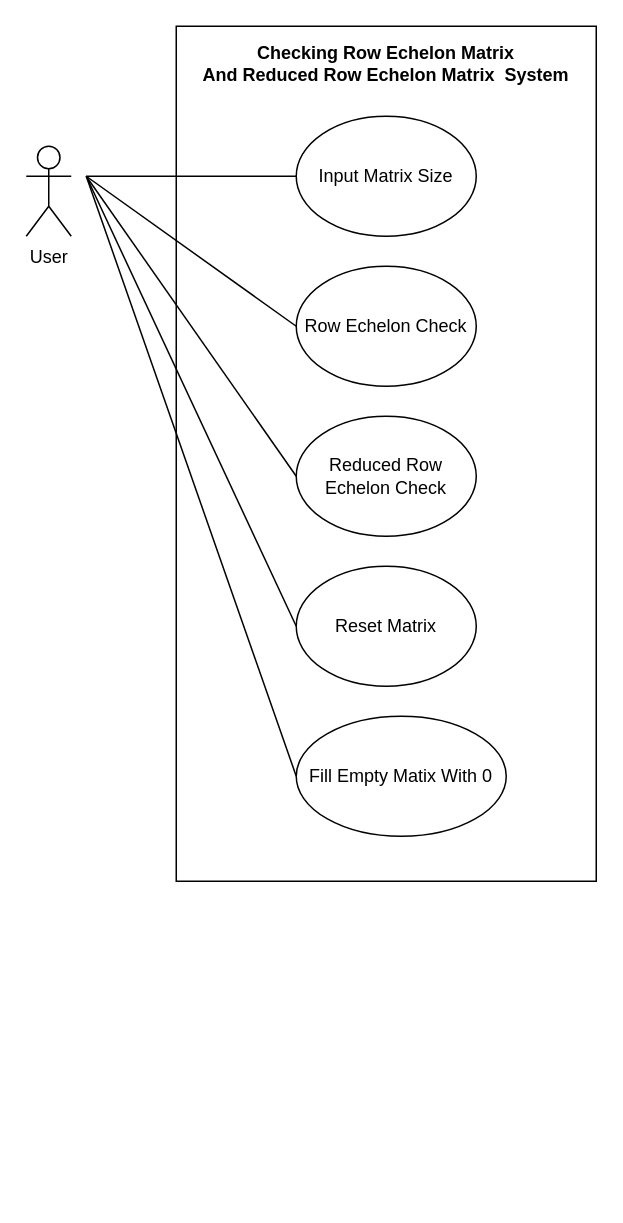
This is final/diagram/matrix_use_case.drawio from lsealedl/Row_Echelon_Matrix, a draw.io file, before an edit. Source tidied: cells renumbered, new cells numbered last; positions are measured from the earlier drawing's top-left corner, leaving out a move shared by most shapes. Both pictures are drawn from the tidied source at 150%, with x=0, y=0 at pixel (26, 26).
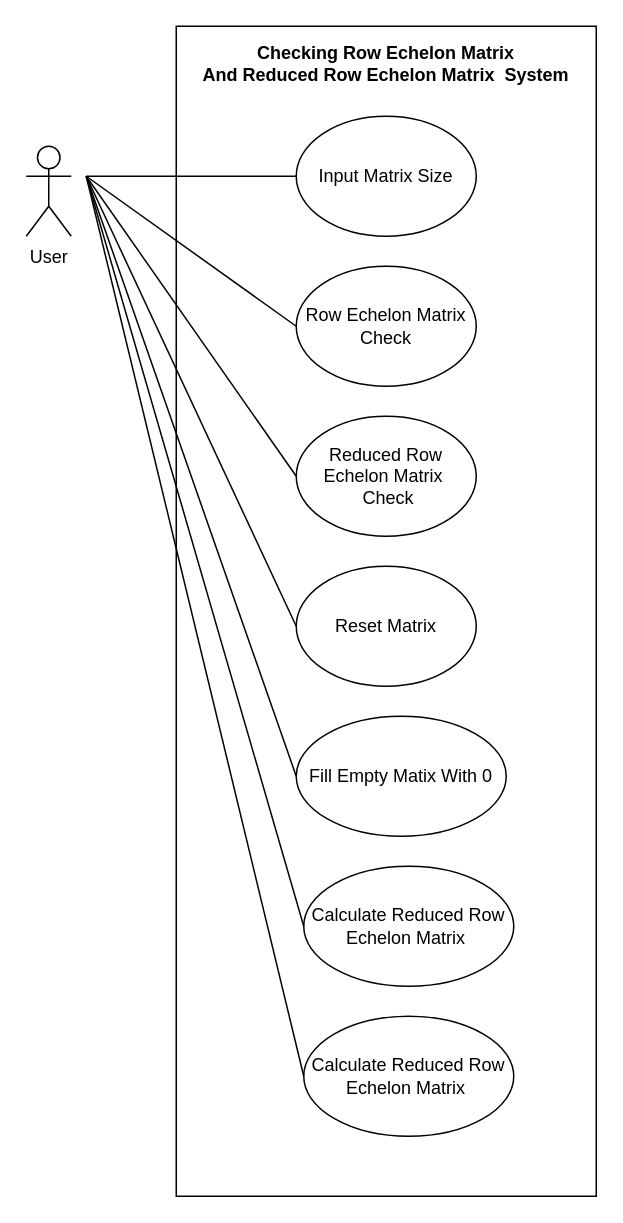
The same diagram, later.

The edit, as a diff of the source:
```diff
@@
     <mxCell id="2" style="rounded=0;whiteSpace=wrap;html=1;fillColor=none;" parent="1" vertex="1">
-      <mxGeometry x="100" width="280" height="570" as="geometry" />
+      <mxGeometry x="100" width="280" height="780" as="geometry" />
     </mxCell>
@@
-    <mxCell id="5" value="Row Echelon Check" style="ellipse;whiteSpace=wrap;html=1;" parent="1" vertex="1">
+    <mxCell id="5" value="Row Echelon Matrix Check" style="ellipse;whiteSpace=wrap;html=1;" parent="1" vertex="1">
       <mxGeometry x="180" y="160" width="120" height="80" as="geometry" />
     </mxCell>
-    <mxCell id="6" value="Reduced Row Echelon Check" style="ellipse;whiteSpace=wrap;html=1;" parent="1" vertex="1">
+    <mxCell id="6" value="Reduced Row Echelon Matrix&amp;nbsp;&lt;br&gt;&amp;nbsp;Check" style="ellipse;whiteSpace=wrap;html=1;" parent="1" vertex="1">
       <mxGeometry x="180" y="260" width="120" height="80" as="geometry" />
     </mxCell>
@@
+    <mxCell id="15" value="Calculate Reduced Row Echelon Matrix&amp;nbsp;" style="ellipse;whiteSpace=wrap;html=1;" parent="1" vertex="1">
+      <mxGeometry x="185" y="560" width="140" height="80" as="geometry" />
+    </mxCell>
+    <mxCell id="16" value="Calculate Reduced Row Echelon Matrix&amp;nbsp;" style="ellipse;whiteSpace=wrap;html=1;" parent="1" vertex="1">
+      <mxGeometry x="185" y="660" width="140" height="80" as="geometry" />
+    </mxCell>
+    <mxCell id="17" style="endArrow=none;html=1;rounded=0;entryX=0;entryY=0.5;entryDx=0;entryDy=0;" parent="1" edge="1" target="15">
+      <mxGeometry relative="1" as="geometry">
+        <mxPoint x="40" y="100" as="sourcePoint" />
+      </mxGeometry>
+    </mxCell>
+    <mxCell id="18" style="endArrow=none;html=1;rounded=0;entryX=0;entryY=0.5;entryDx=0;entryDy=0;" parent="1" edge="1" target="16">
+      <mxGeometry relative="1" as="geometry">
+        <mxPoint x="40" y="100" as="sourcePoint" />
+      </mxGeometry>
+    </mxCell>
```
